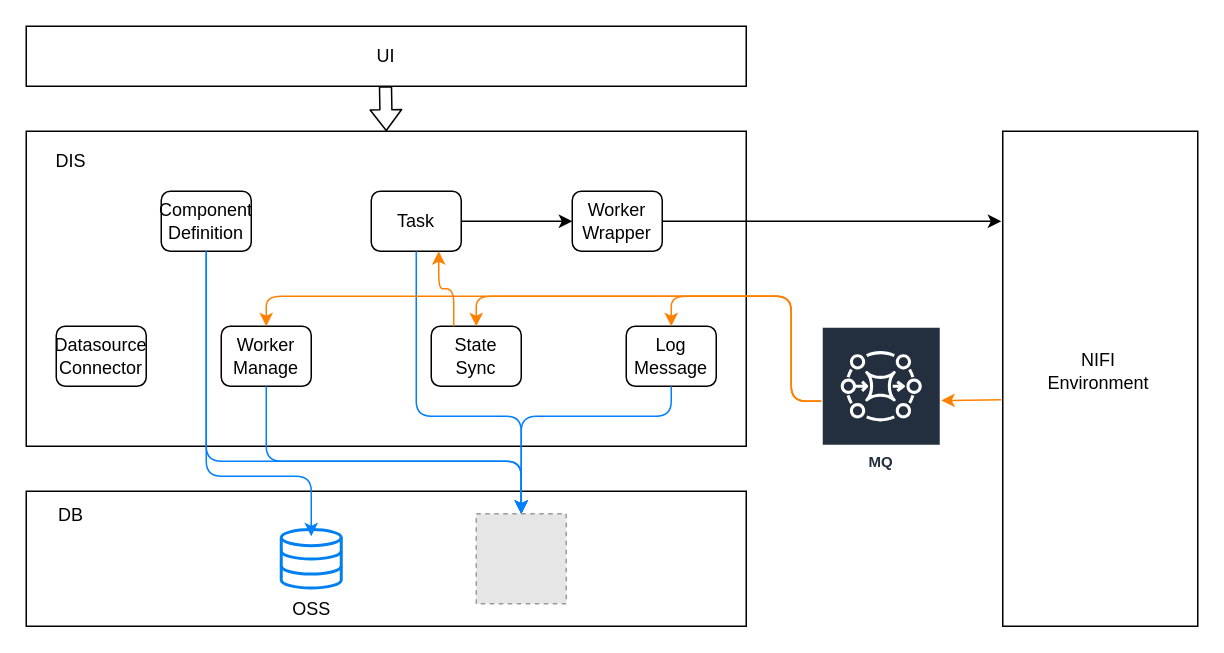
This is page "Modules" (14 of 14) of 自助式接入.drawio from dophinlife/drawio, a draw.io file, before an edit. Source tidied: cells renumbered, new cells numbered last; positions are measured from the earlier drawing's top-left corner, leaving out a move shared by most shapes. Both pictures are drawn from the tidied source at 150%, with x=0, y=0 at pixel (26, 26). Pictures stored in the file or linked from it are replaced by grey dashed boxes.
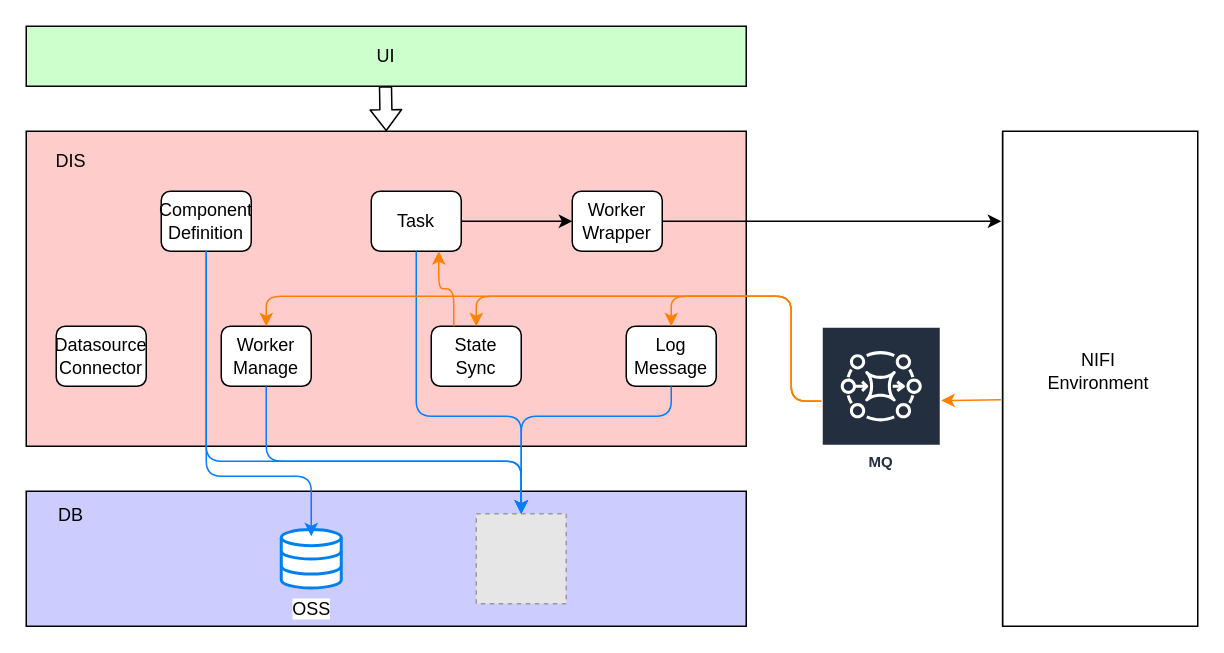
After the change.

What changed in the source:
```diff
@@
-    <mxCell id="2" style="rounded=0;whiteSpace=wrap;html=1;" parent="1" vertex="1">
+    <mxCell id="2" style="rounded=0;whiteSpace=wrap;html=1;fillColor=#CCCCFF;strokeColor=#000000;" parent="1" vertex="1">
       <mxGeometry y="310" width="480" height="90" as="geometry" />
     </mxCell>
-    <mxCell id="3" style="rounded=0;whiteSpace=wrap;html=1;" parent="1" vertex="1">
+    <mxCell id="3" style="rounded=0;whiteSpace=wrap;html=1;fillColor=#FFCCCC;shadow=0;strokeColor=#000000;" parent="1" vertex="1">
       <mxGeometry y="70" width="480" height="210" as="geometry" />
     </mxCell>
@@
-    <mxCell id="19" style="group;" parent="1" vertex="1">
+    <mxCell id="19" style="group;fillColor=#FF99CC;strokeColor=none;" parent="1" vertex="1">
       <mxGeometry x="650" y="70" width="130" height="330" as="geometry" />
     </mxCell>
@@
-    <mxCell id="32" value="UI" style="rounded=0;whiteSpace=wrap;html=1;" parent="1" vertex="1">
+    <mxCell id="32" value="UI" style="rounded=0;whiteSpace=wrap;html=1;fillColor=#CCFFCC;strokeWidth=1;strokeColor=#000000;" parent="1" vertex="1">
       <mxGeometry width="480" height="40" as="geometry" />
     </mxCell>
```
